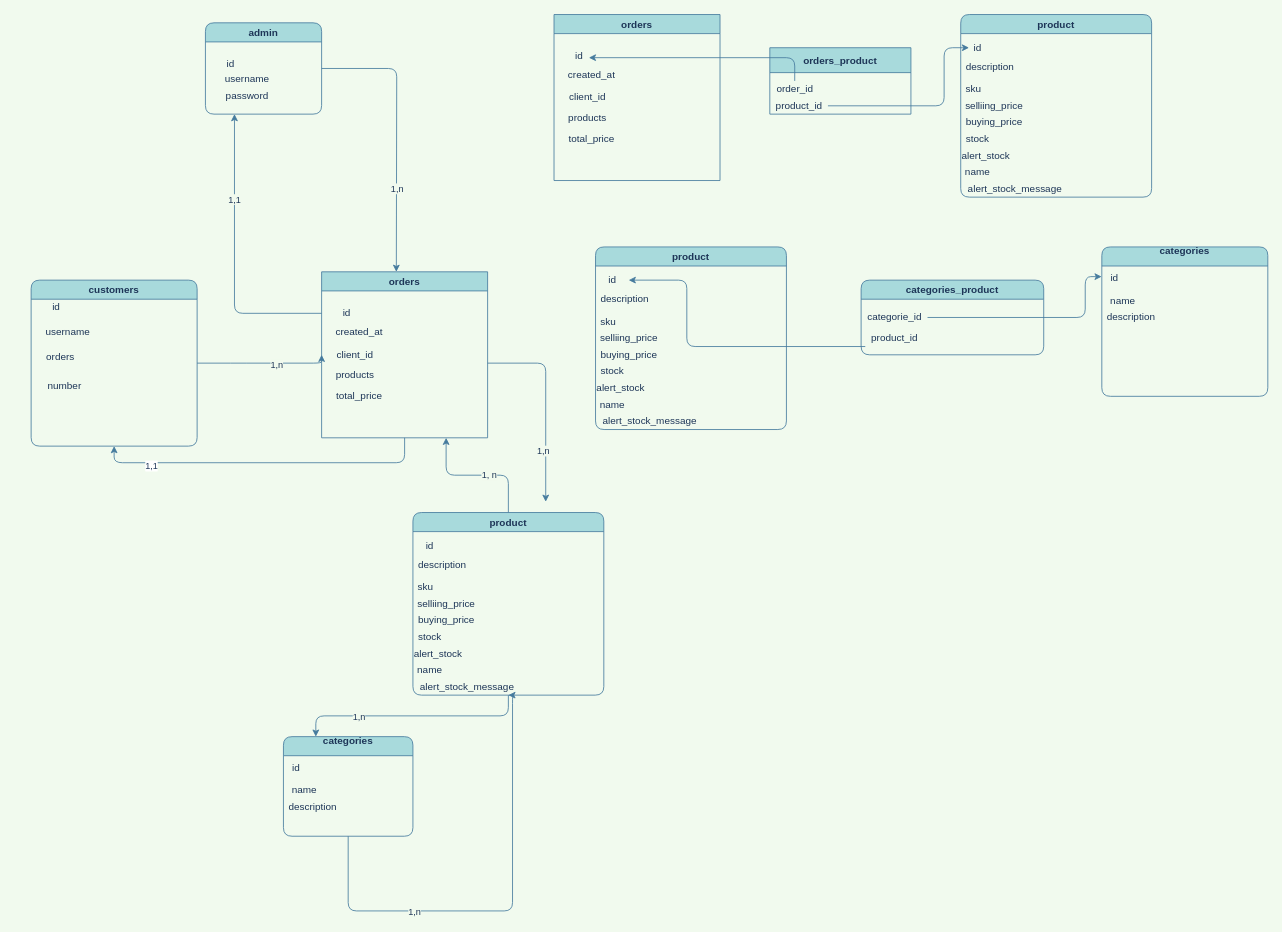
Earlier version of the draw.io diagram ets_agodji_app.drawio (nsWilfried/ETS-AGODJI-JAVA-APP). Source tidied: cells renumbered, new cells numbered last; positions are measured from the earlier drawing's top-left corner, leaving out a move shared by most shapes. Both pictures are drawn from the tidied source at 83%, with x=0, y=0 at pixel (31, 14).
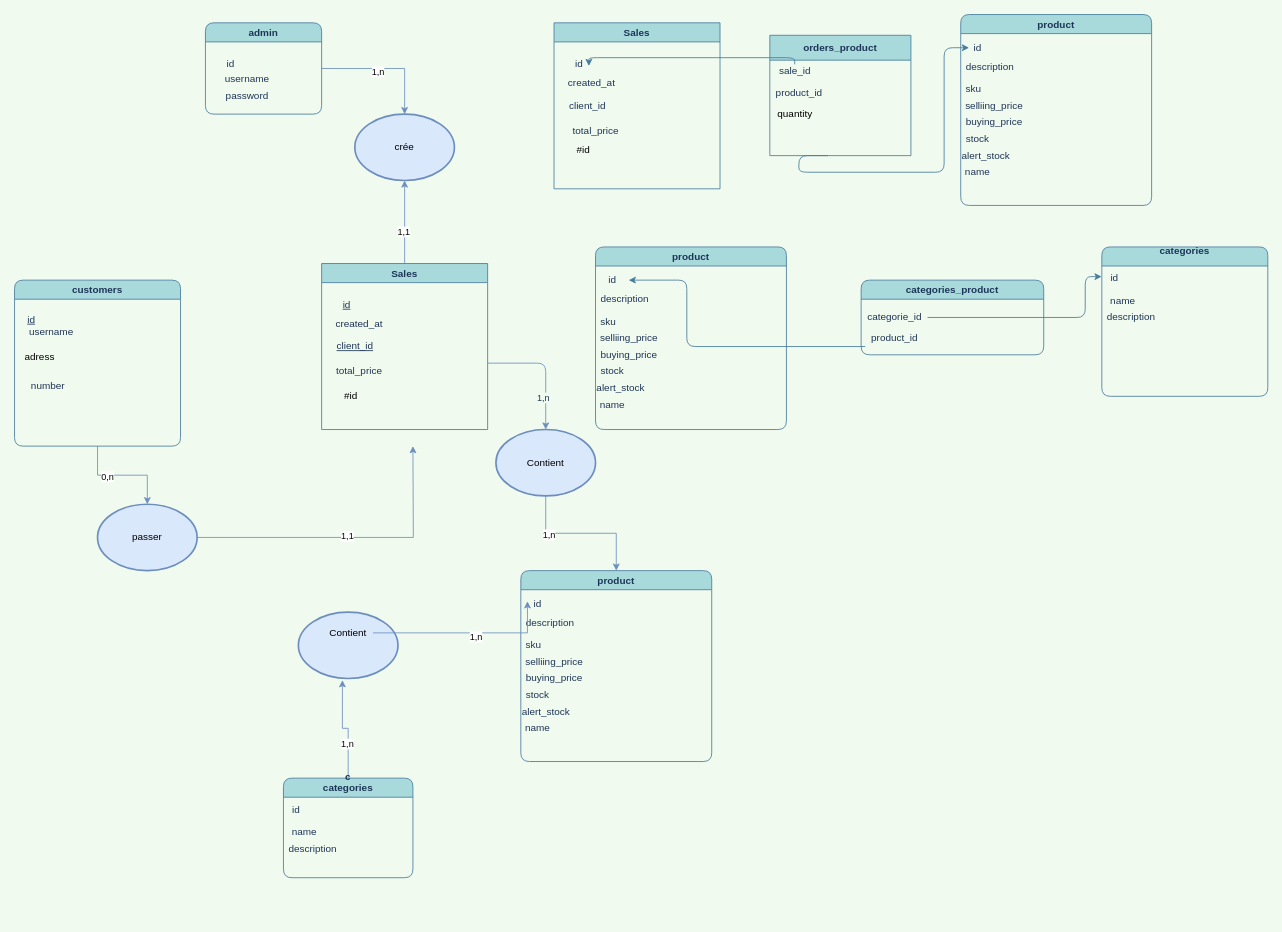
After the change.

Unchanged cells that the change refers to:
```xml
<mxCell id="4" value="admin" style="swimlane;rounded=1;fillColor=#A8DADC;strokeColor=#457B9D;fontColor=#1D3557;" parent="1" vertex="1">
  <mxGeometry x="210" y="10" width="140" height="110" as="geometry" />
</mxCell>
<mxCell id="45" value="&lt;div&gt;id&lt;/div&gt;" style="text;html=1;align=center;verticalAlign=middle;points=[];strokeColor=none;fillColor=none;rounded=1;fontColor=#1D3557;" parent="37" vertex="1">
  <mxGeometry x="10" y="30" width="20" height="20" as="geometry" />
</mxCell>
<mxCell id="49" value="product_id" style="text;html=1;align=center;verticalAlign=middle;points=[];strokeColor=none;fillColor=none;fontColor=#1D3557;" parent="47" vertex="1">
  <mxGeometry y="60" width="70" height="20" as="geometry" />
</mxCell>
<mxCell id="65" value="&lt;div&gt;id&lt;/div&gt;" style="text;html=1;align=center;verticalAlign=middle;points=[];strokeColor=none;fillColor=none;rounded=1;fontColor=#1D3557;" parent="57" vertex="1">
  <mxGeometry x="10" y="30" width="20" height="20" as="geometry" />
</mxCell>
<mxCell id="68" value="product" style="swimlane;rounded=1;fillColor=#A8DADC;strokeColor=#457B9D;fontColor=#1D3557;" parent="1" vertex="1">
  <mxGeometry x="680" y="280" width="230" height="220" as="geometry" />
</mxCell>
```

The edit, as a diff of the source:
```diff
@@
-    <mxCell id="2" style="edgeStyle=orthogonalEdgeStyle;curved=0;rounded=1;sketch=0;jettySize=auto;html=1;fontColor=#1D3557;strokeColor=#457B9D;fillColor=#A8DADC;labelBackgroundColor=#F1FAEE;" parent="1" edge="1" source="4">
-      <mxGeometry relative="1" as="geometry">
-        <mxPoint x="440" y="310" as="targetPoint" />
-      </mxGeometry>
-    </mxCell>
-    <mxCell id="3" value="1,n" style="edgeLabel;html=1;align=center;verticalAlign=middle;fontColor=#1D3557;labelBackgroundColor=#F1FAEE;" parent="2" vertex="1">
-      <mxGeometry x="0.4" relative="1" as="geometry" />
-    </mxCell>
+    <mxCell id="87" style="edgeStyle=orthogonalEdgeStyle;rounded=0;jettySize=auto;html=1;exitX=1;exitY=0.5;exitDx=0;exitDy=0;entryX=0.5;entryY=0;entryDx=0;entryDy=0;fillColor=#dae8fc;strokeColor=#6c8ebf;" parent="1" edge="1" source="4" target="110">
+      <mxGeometry relative="1" as="geometry" />
+    </mxCell>
+    <mxCell id="88" value="1,n" style="edgeLabel;html=1;align=center;verticalAlign=middle;" parent="87" vertex="1">
+      <mxGeometry x="-0.14" y="-3" relative="1" as="geometry" />
+    </mxCell>
@@
-    <mxCell id="7" value="&lt;div&gt;id&lt;/div&gt;" style="text;html=1;align=center;verticalAlign=middle;strokeColor=none;fillColor=none;rounded=1;fontColor=#1D3557;" parent="4" vertex="1">
+    <mxCell id="7" value="id" style="text;html=1;align=center;verticalAlign=middle;strokeColor=none;fillColor=none;rounded=1;fontColor=#1D3557;" parent="4" vertex="1">
       <mxGeometry x="20" y="40" width="20" height="20" as="geometry" />
     </mxCell>
-    <mxCell id="8" style="edgeStyle=orthogonalEdgeStyle;rounded=1;jettySize=auto;html=1;entryX=0;entryY=0.5;entryDx=0;entryDy=0;strokeColor=#457B9D;fontColor=#1D3557;labelBackgroundColor=#F1FAEE;" parent="1" edge="1" source="10" target="27">
-      <mxGeometry relative="1" as="geometry">
-        <Array as="points">
-          <mxPoint x="250" y="420" />
-          <mxPoint x="250" y="420" />
-        </Array>
-      </mxGeometry>
-    </mxCell>
-    <mxCell id="9" value="1,n" style="edgeLabel;html=1;align=center;verticalAlign=middle;rounded=1;fontColor=#1D3557;labelBackgroundColor=#F1FAEE;" parent="8" vertex="1">
-      <mxGeometry x="0.19" y="-1" relative="1" as="geometry" />
-    </mxCell>
+    <mxCell id="89" style="edgeStyle=orthogonalEdgeStyle;rounded=0;jettySize=auto;html=1;fillColor=#dae8fc;strokeColor=#6c8ebf;" parent="1" edge="1" source="10" target="105">
+      <mxGeometry relative="1" as="geometry">
+        <Array as="points">
+          <mxPoint x="80" y="555" />
+          <mxPoint x="140" y="555" />
+        </Array>
+      </mxGeometry>
+    </mxCell>
+    <mxCell id="90" value="&lt;div&gt;0,n&lt;/div&gt;" style="edgeLabel;html=1;align=center;verticalAlign=middle;" parent="89" vertex="1">
+      <mxGeometry x="-0.29" y="-1" relative="1" as="geometry" />
+    </mxCell>
     <mxCell id="10" value="customers" style="swimlane;rounded=1;fillColor=#A8DADC;strokeColor=#457B9D;fontColor=#1D3557;" parent="1" vertex="1">
-      <mxGeometry y="320" width="200" height="200" as="geometry" />
+      <mxGeometry x="-20" y="320" width="200" height="200" as="geometry" />
     </mxCell>
-    <mxCell id="11" value="&lt;div&gt;orders&lt;/div&gt;&lt;div&gt;&lt;br&gt;&lt;/div&gt;" style="text;html=1;align=center;verticalAlign=middle;strokeColor=none;fillColor=none;rounded=1;fontColor=#1D3557;" parent="10" vertex="1">
-      <mxGeometry x="10" y="85" width="50" height="30" as="geometry" />
-    </mxCell>
@@
-    <mxCell id="14" value="&lt;div&gt;id&lt;/div&gt;&lt;div&gt;&lt;br&gt;&lt;/div&gt;" style="text;html=1;align=center;verticalAlign=middle;strokeColor=none;fillColor=none;rounded=1;fontColor=#1D3557;" parent="10" vertex="1">
-      <mxGeometry x="20" y="25" width="20" height="30" as="geometry" />
+    <mxCell id="14" value="&lt;div&gt;&lt;u&gt;id&lt;/u&gt;&lt;/div&gt;&lt;div&gt;&lt;u&gt;&lt;br&gt;&lt;/u&gt;&lt;/div&gt;" style="text;html=1;align=center;verticalAlign=middle;strokeColor=none;fillColor=none;rounded=1;fontColor=#1D3557;" parent="10" vertex="1">
+      <mxGeometry x="10" y="40" width="20" height="30" as="geometry" />
     </mxCell>
-    <mxCell id="15" style="edgeStyle=orthogonalEdgeStyle;rounded=1;jettySize=auto;html=1;entryX=0.5;entryY=1;entryDx=0;entryDy=0;strokeColor=#457B9D;fontColor=#1D3557;labelBackgroundColor=#F1FAEE;" parent="1" edge="1" source="17" target="37">
-      <mxGeometry relative="1" as="geometry">
-        <Array as="points">
-          <mxPoint x="580" y="1080" />
-        </Array>
-      </mxGeometry>
-    </mxCell>
-    <mxCell id="16" value="&lt;div&gt;1,n&lt;/div&gt;" style="edgeLabel;html=1;align=center;verticalAlign=middle;rounded=1;fontColor=#1D3557;labelBackgroundColor=#F1FAEE;" parent="15" vertex="1">
-      <mxGeometry x="-0.39" relative="1" as="geometry" />
-    </mxCell>
+    <mxCell id="91" style="edgeStyle=orthogonalEdgeStyle;rounded=0;jettySize=auto;html=1;entryX=0.442;entryY=1.025;entryDx=0;entryDy=0;entryPerimeter=0;fillColor=#dae8fc;strokeColor=#6c8ebf;" parent="1" edge="1" source="17" target="106">
+      <mxGeometry relative="1" as="geometry" />
+    </mxCell>
+    <mxCell id="92" value="1,n" style="edgeLabel;html=1;align=center;verticalAlign=middle;" parent="91" vertex="1">
+      <mxGeometry x="-0.33" y="2" relative="1" as="geometry" />
+    </mxCell>
-    <mxCell id="17" value="&#10;categories&#10;&#10;" style="swimlane;rounded=1;fillColor=#A8DADC;strokeColor=#457B9D;fontColor=#1D3557;" parent="1" vertex="1">
-      <mxGeometry x="304" y="870" width="156" height="120" as="geometry" />
+    <mxCell id="17" value="&#10;c&#10;categories&#10;&#10;" style="swimlane;rounded=1;fillColor=#A8DADC;strokeColor=#457B9D;fontColor=#1D3557;" parent="1" vertex="1">
+      <mxGeometry x="304" y="920" width="156" height="120" as="geometry" />
     </mxCell>
@@
-    <mxCell id="21" style="edgeStyle=orthogonalEdgeStyle;rounded=1;jettySize=auto;html=1;strokeColor=#457B9D;fontColor=#1D3557;labelBackgroundColor=#F1FAEE;" parent="1" edge="1" source="27">
+    <mxCell id="21" style="edgeStyle=orthogonalEdgeStyle;rounded=1;jettySize=auto;html=1;strokeColor=#6c8ebf;fontColor=#1D3557;labelBackgroundColor=#F1FAEE;fillColor=#dae8fc;" parent="1" edge="1" source="27">
       <mxGeometry relative="1" as="geometry">
-        <mxPoint x="620" y="587" as="targetPoint" />
+        <mxPoint x="620" y="500" as="targetPoint" />
         <Array as="points">
           <mxPoint x="620" y="420" />
         </Array>
       </mxGeometry>
     </mxCell>
@@
-    <mxCell id="23" style="edgeStyle=orthogonalEdgeStyle;curved=0;rounded=1;sketch=0;jettySize=auto;html=1;exitX=0;exitY=0.25;exitDx=0;exitDy=0;entryX=0.25;entryY=1;entryDx=0;entryDy=0;fontColor=#1D3557;strokeColor=#457B9D;fillColor=#A8DADC;labelBackgroundColor=#F1FAEE;" parent="1" edge="1" source="27" target="4">
-      <mxGeometry relative="1" as="geometry" />
-    </mxCell>
-    <mxCell id="24" value="1,1" style="edgeLabel;html=1;align=center;verticalAlign=middle;fontColor=#1D3557;labelBackgroundColor=#F1FAEE;" parent="23" vertex="1">
-      <mxGeometry x="0.41" y="1" relative="1" as="geometry" />
-    </mxCell>
-    <mxCell id="25" style="edgeStyle=orthogonalEdgeStyle;curved=0;rounded=1;sketch=0;jettySize=auto;html=1;entryX=0.5;entryY=1;entryDx=0;entryDy=0;fontColor=#1D3557;strokeColor=#457B9D;fillColor=#A8DADC;" parent="1" edge="1" source="27" target="10">
-      <mxGeometry relative="1" as="geometry">
-        <Array as="points">
-          <mxPoint x="450" y="540" />
-          <mxPoint x="100" y="540" />
-        </Array>
-      </mxGeometry>
-    </mxCell>
-    <mxCell id="26" value="1,1" style="edgeLabel;html=1;align=center;verticalAlign=middle;fontColor=#1D3557;" parent="25" vertex="1">
-      <mxGeometry x="0.68" y="3" relative="1" as="geometry" />
-    </mxCell>
+    <mxCell id="93" style="edgeStyle=orthogonalEdgeStyle;rounded=0;jettySize=auto;html=1;entryX=0.5;entryY=1;entryDx=0;entryDy=0;fillColor=#dae8fc;strokeColor=#6c8ebf;" parent="1" edge="1" source="27" target="110">
+      <mxGeometry relative="1" as="geometry" />
+    </mxCell>
+    <mxCell id="94" value="1,1" style="edgeLabel;html=1;align=center;verticalAlign=middle;" parent="93" vertex="1">
+      <mxGeometry x="-0.22" y="2" relative="1" as="geometry" />
+    </mxCell>
-    <mxCell id="27" value="orders" style="swimlane;rounded=1;fillColor=#A8DADC;strokeColor=#457B9D;fontColor=#1D3557;arcSize=0;" parent="1" vertex="1">
-      <mxGeometry x="350" y="310" width="200" height="200" as="geometry" />
+    <mxCell id="27" value="Sales" style="swimlane;rounded=1;fillColor=#A8DADC;strokeColor=#457B9D;fontColor=#1D3557;arcSize=0;" parent="1" vertex="1">
+      <mxGeometry x="350" y="300" width="200" height="200" as="geometry" />
     </mxCell>
@@
     <mxCell id="29" value="total_price" style="text;html=1;align=center;verticalAlign=middle;strokeColor=none;fillColor=none;rounded=1;fontColor=#1D3557;" parent="27" vertex="1">
-      <mxGeometry x="10" y="140" width="70" height="20" as="geometry" />
+      <mxGeometry x="10" y="120" width="70" height="20" as="geometry" />
     </mxCell>
-    <mxCell id="30" value="client_id" style="text;html=1;align=center;verticalAlign=middle;strokeColor=none;fillColor=none;rounded=1;fontColor=#1D3557;" parent="27" vertex="1">
+    <mxCell id="30" value="&lt;u&gt;client_id&lt;/u&gt;" style="text;html=1;align=center;verticalAlign=middle;strokeColor=none;fillColor=none;rounded=1;fontColor=#1D3557;" parent="27" vertex="1">
       <mxGeometry x="10" y="90" width="60" height="20" as="geometry" />
     </mxCell>
-    <mxCell id="31" value="id" style="text;html=1;align=center;verticalAlign=middle;strokeColor=none;fillColor=none;rounded=1;fontColor=#1D3557;" parent="27" vertex="1">
+    <mxCell id="31" value="&lt;u&gt;id&lt;/u&gt;" style="text;html=1;align=center;verticalAlign=middle;strokeColor=none;fillColor=none;rounded=1;fontColor=#1D3557;" parent="27" vertex="1">
       <mxGeometry x="20" y="40" width="20" height="20" as="geometry" />
     </mxCell>
-    <mxCell id="32" value="products" style="text;html=1;align=center;verticalAlign=middle;strokeColor=none;fillColor=none;rounded=1;fontColor=#1D3557;" parent="27" vertex="1">
-      <mxGeometry x="10" y="115" width="60" height="20" as="geometry" />
-    </mxCell>
-    <mxCell id="33" style="edgeStyle=orthogonalEdgeStyle;rounded=1;jettySize=auto;html=1;entryX=0.25;entryY=0;entryDx=0;entryDy=0;strokeColor=#457B9D;fontColor=#1D3557;labelBackgroundColor=#F1FAEE;" parent="1" edge="1" source="37" target="17">
-      <mxGeometry relative="1" as="geometry" />
-    </mxCell>
-    <mxCell id="34" value="1,n" style="edgeLabel;html=1;align=center;verticalAlign=middle;rounded=1;fontColor=#1D3557;labelBackgroundColor=#F1FAEE;" parent="33" vertex="1">
-      <mxGeometry x="0.46" relative="1" as="geometry" />
-    </mxCell>
-    <mxCell id="35" style="edgeStyle=orthogonalEdgeStyle;rounded=1;jettySize=auto;html=1;entryX=0.75;entryY=1;entryDx=0;entryDy=0;strokeColor=#457B9D;fontColor=#1D3557;labelBackgroundColor=#F1FAEE;" parent="1" edge="1" source="37" target="27">
-      <mxGeometry relative="1" as="geometry" />
-    </mxCell>
-    <mxCell id="36" value="1, n" style="edgeLabel;html=1;align=center;verticalAlign=middle;rounded=1;fontColor=#1D3557;labelBackgroundColor=#F1FAEE;" parent="35" vertex="1">
-      <mxGeometry x="-0.16" y="-1" relative="1" as="geometry" />
-    </mxCell>
+    <mxCell id="95" value="#id" style="text;html=1;align=center;verticalAlign=middle;strokeColor=none;fillColor=none;" parent="27" vertex="1">
+      <mxGeometry x="20" y="150" width="30" height="20" as="geometry" />
+    </mxCell>
     <mxCell id="37" value="product" style="swimlane;rounded=1;fillColor=#A8DADC;strokeColor=#457B9D;fontColor=#1D3557;" parent="1" vertex="1">
-      <mxGeometry x="460" y="600" width="230" height="220" as="geometry" />
+      <mxGeometry x="590" y="670" width="230" height="230" as="geometry" />
     </mxCell>
@@
-    <mxCell id="46" value="alert_stock_message" style="text;html=1;align=center;verticalAlign=middle;strokeColor=none;fillColor=none;fontColor=#1D3557;" parent="37" vertex="1">
-      <mxGeometry y="200" width="130" height="20" as="geometry" />
-    </mxCell>
     <mxCell id="47" value="orders_product" style="swimlane;rounded=1;fillColor=#A8DADC;strokeColor=#457B9D;fontColor=#1D3557;arcSize=0;startSize=30;" parent="1" vertex="1">
-      <mxGeometry x="890" y="40" width="170" height="80" as="geometry" />
+      <mxGeometry x="890" y="25" width="170" height="145" as="geometry" />
     </mxCell>
-    <mxCell id="48" value="order_id" style="text;html=1;align=center;verticalAlign=middle;points=[];strokeColor=none;fillColor=none;rounded=1;fontColor=#1D3557;" parent="47" vertex="1">
-      <mxGeometry y="40" width="60" height="20" as="geometry" />
+    <mxCell id="48" value="&lt;div&gt;sale_id&lt;/div&gt;&lt;div&gt;&lt;br&gt;&lt;/div&gt;" style="text;html=1;align=center;verticalAlign=middle;points=[];strokeColor=none;fillColor=none;rounded=1;fontColor=#1D3557;" parent="47" vertex="1">
+      <mxGeometry x="5" y="35" width="50" height="30" as="geometry" />
     </mxCell>
@@
+    <mxCell id="96" value="&lt;div&gt;quantity&lt;/div&gt;" style="text;html=1;align=center;verticalAlign=middle;strokeColor=none;fillColor=none;" parent="47" vertex="1">
+      <mxGeometry y="85" width="60" height="20" as="geometry" />
+    </mxCell>
-    <mxCell id="50" value="orders" style="swimlane;rounded=1;fillColor=#A8DADC;strokeColor=#457B9D;fontColor=#1D3557;arcSize=0;" parent="1" vertex="1">
-      <mxGeometry x="630" width="200" height="200" as="geometry" />
+    <mxCell id="50" value="Sales" style="swimlane;rounded=1;fillColor=#A8DADC;strokeColor=#457B9D;fontColor=#1D3557;arcSize=0;startSize=23;" parent="1" vertex="1">
+      <mxGeometry x="630" y="10" width="200" height="200" as="geometry" />
     </mxCell>
@@
     <mxCell id="52" value="total_price" style="text;html=1;align=center;verticalAlign=middle;strokeColor=none;fillColor=none;rounded=1;fontColor=#1D3557;" parent="50" vertex="1">
-      <mxGeometry x="10" y="140" width="70" height="20" as="geometry" />
+      <mxGeometry x="15" y="120" width="70" height="20" as="geometry" />
     </mxCell>
@@
-    <mxCell id="55" value="products" style="text;html=1;align=center;verticalAlign=middle;strokeColor=none;fillColor=none;rounded=1;fontColor=#1D3557;" parent="50" vertex="1">
-      <mxGeometry x="10" y="115" width="60" height="20" as="geometry" />
-    </mxCell>
+    <mxCell id="97" value="&lt;div&gt;#id&lt;/div&gt;&lt;div&gt;&lt;br&gt;&lt;/div&gt;" style="text;html=1;align=center;verticalAlign=middle;strokeColor=none;fillColor=none;" parent="50" vertex="1">
+      <mxGeometry x="20" y="145" width="30" height="30" as="geometry" />
+    </mxCell>
@@
     <mxCell id="57" value="product" style="swimlane;rounded=1;fillColor=#A8DADC;strokeColor=#457B9D;fontColor=#1D3557;" parent="1" vertex="1">
-      <mxGeometry x="1120" width="230" height="220" as="geometry" />
+      <mxGeometry x="1120" width="230" height="230" as="geometry" />
     </mxCell>
@@
-    <mxCell id="66" value="alert_stock_message" style="text;html=1;align=center;verticalAlign=middle;strokeColor=none;fillColor=none;fontColor=#1D3557;" parent="57" vertex="1">
-      <mxGeometry y="200" width="130" height="20" as="geometry" />
-    </mxCell>
-    <mxCell id="67" style="edgeStyle=orthogonalEdgeStyle;curved=0;rounded=1;sketch=0;jettySize=auto;html=1;fontColor=#1D3557;strokeColor=#457B9D;fillColor=#A8DADC;labelBackgroundColor=#F1FAEE;" parent="1" edge="1" source="49" target="65">
+    <mxCell id="67" style="edgeStyle=orthogonalEdgeStyle;curved=0;rounded=1;sketch=0;jettySize=auto;html=1;fontColor=#1D3557;strokeColor=#457B9D;fillColor=#A8DADC;labelBackgroundColor=#F1FAEE;" parent="1" edge="1" target="65">
       <mxGeometry relative="1" as="geometry">
+        <mxPoint x="960" y="170" as="sourcePoint" />
         <Array as="points">
-          <mxPoint x="1100" y="110" />
+          <mxPoint x="925" y="190" />
+          <mxPoint x="1100" y="190" />
           <mxPoint x="1100" y="40" />
         </Array>
       </mxGeometry>
     </mxCell>
@@
-    <mxCell id="77" value="alert_stock_message" style="text;html=1;align=center;verticalAlign=middle;strokeColor=none;fillColor=none;fontColor=#1D3557;" parent="68" vertex="1">
-      <mxGeometry y="200" width="130" height="20" as="geometry" />
-    </mxCell>
@@
+    <mxCell id="98" style="edgeStyle=orthogonalEdgeStyle;rounded=0;jettySize=auto;html=1;exitX=0.5;exitY=1;exitDx=0;exitDy=0;fillColor=#dae8fc;strokeColor=#6c8ebf;" parent="1" edge="1" source="100" target="37">
+      <mxGeometry relative="1" as="geometry" />
+    </mxCell>
+    <mxCell id="99" value="&lt;div&gt;1,n&lt;/div&gt;" style="edgeLabel;html=1;align=center;verticalAlign=middle;" parent="98" vertex="1">
+      <mxGeometry x="-0.45" y="-1" relative="1" as="geometry" />
+    </mxCell>
+    <mxCell id="100" style="ellipse;whiteSpace=wrap;html=1;fillColor=#dae8fc;strokeColor=#6c8ebf;strokeWidth=2;" parent="1" vertex="1">
+      <mxGeometry x="560" y="500" width="120" height="80" as="geometry" />
+    </mxCell>
+    <mxCell id="101" value="Contient" style="text;html=1;strokeColor=none;fillColor=none;align=center;verticalAlign=middle;whiteSpace=wrap;rounded=0;" parent="1" vertex="1">
+      <mxGeometry x="590" y="525" width="60" height="30" as="geometry" />
+    </mxCell>
+    <mxCell id="102" value="&lt;div&gt;adress&lt;/div&gt;&lt;div&gt;&lt;br&gt;&lt;/div&gt;" style="text;html=1;align=center;verticalAlign=middle;strokeColor=none;fillColor=none;" parent="1" vertex="1">
+      <mxGeometry x="-15" y="405" width="50" height="30" as="geometry" />
+    </mxCell>
+    <mxCell id="103" style="edgeStyle=orthogonalEdgeStyle;rounded=0;jettySize=auto;html=1;fillColor=#dae8fc;strokeColor=#6c8ebf;" parent="1" edge="1" source="105">
+      <mxGeometry relative="1" as="geometry">
+        <mxPoint x="460" y="520" as="targetPoint" />
+      </mxGeometry>
+    </mxCell>
+    <mxCell id="104" value="&lt;div&gt;1,1&lt;/div&gt;" style="edgeLabel;html=1;align=center;verticalAlign=middle;" parent="103" vertex="1">
+      <mxGeometry x="-0.03" y="2" relative="1" as="geometry" />
+    </mxCell>
+    <mxCell id="105" value="passer" style="ellipse;whiteSpace=wrap;html=1;strokeWidth=2;fillColor=#dae8fc;strokeColor=#6c8ebf;" parent="1" vertex="1">
+      <mxGeometry x="80" y="590" width="120" height="80" as="geometry" />
+    </mxCell>
+    <mxCell id="106" style="ellipse;whiteSpace=wrap;html=1;strokeWidth=2;fillColor=#dae8fc;strokeColor=#6c8ebf;" parent="1" vertex="1">
+      <mxGeometry x="322" y="720" width="120" height="80" as="geometry" />
+    </mxCell>
+    <mxCell id="107" style="edgeStyle=orthogonalEdgeStyle;rounded=0;jettySize=auto;html=1;entryX=-0.1;entryY=0.35;entryDx=0;entryDy=0;entryPerimeter=0;fillColor=#dae8fc;strokeColor=#6c8ebf;" parent="1" edge="1" source="109" target="45">
+      <mxGeometry relative="1" as="geometry" />
+    </mxCell>
+    <mxCell id="108" value="&lt;div&gt;1,n&lt;/div&gt;" style="edgeLabel;html=1;align=center;verticalAlign=middle;" parent="107" vertex="1">
+      <mxGeometry x="0.1" y="-4" relative="1" as="geometry" />
+    </mxCell>
+    <mxCell id="109" value="Contient" style="text;html=1;strokeColor=none;fillColor=none;align=center;verticalAlign=middle;whiteSpace=wrap;rounded=0;" parent="1" vertex="1">
+      <mxGeometry x="352" y="730" width="60" height="30" as="geometry" />
+    </mxCell>
+    <mxCell id="110" value="crée" style="ellipse;whiteSpace=wrap;html=1;strokeWidth=2;fillColor=#dae8fc;strokeColor=#6c8ebf;" parent="1" vertex="1">
+      <mxGeometry x="390" y="120" width="120" height="80" as="geometry" />
+    </mxCell>
```
